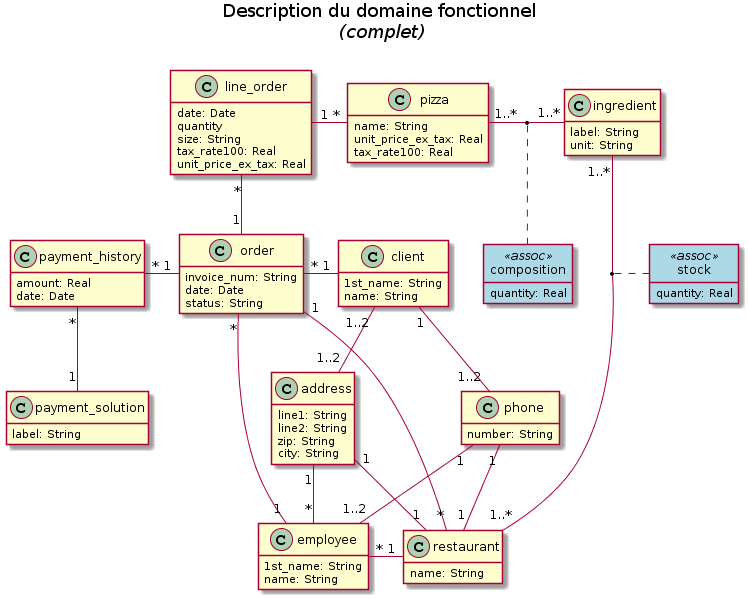
Earlier version of the PlantUML export functional_model.png (freezed/ocp6).
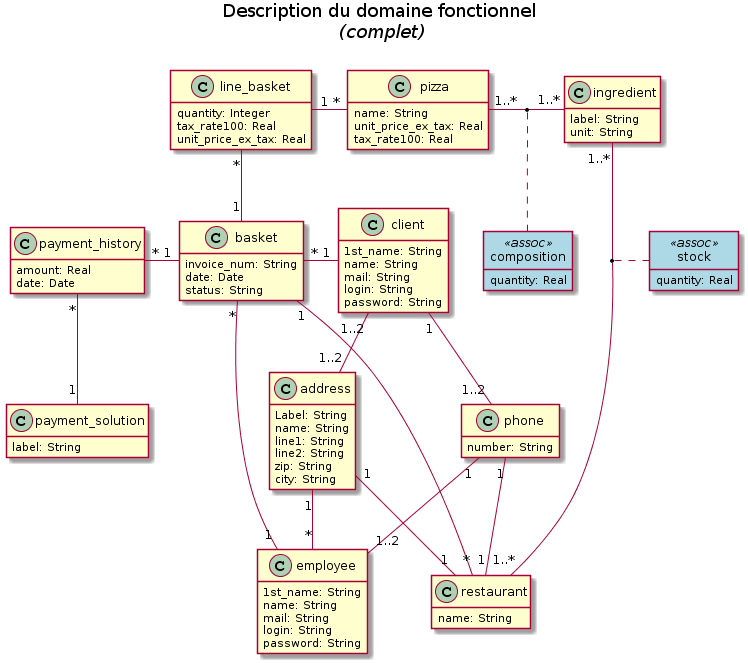
After the change.

Commit message:
Updates functionnal_model diagrams

The edit, as a diff of the source:
```diff
@@ -13,8 +13,8 @@
 class composition <<assoc>>
 class employee
 class ingredient
-class line_order
-class order
+class line_basket
+class basket
 class payment_history
 class payment_solution
 class phone
@@ -26,18 +26,19 @@
 address "1" -- "*" employee
 client "1" -- "1..2" phone
 client "1..2" -- "1..2" address
-employee "1" - "*" order
-employee "*" -right- "1" restaurant
-line_order "*" -- "1" order
-line_order "1" - "*" pizza
-order "*" - "1" client
-order "1" - "*" restaurant
-order "1" -left- "*" payment_history
+employee "1" - "*" basket
+line_basket "*" -- "1" basket
+line_basket "1" - "*" pizza
+basket "*" - "1" client
+basket "1" - "*" restaurant
+basket "1" -left- "*" payment_history
 payment_solution "1" -up- "*" payment_history
 phone "1" -- "1..2" employee
 phone "1" -- "1" restaurant
 
 class address {
+    Label: String
+    name: String
     line1: String
     line2: String
     zip: String
@@ -46,6 +47,9 @@
 class client {
     1st_name: String
     name: String
+    mail: String
+    login: String
+    password: String
 }
 class composition {
     quantity: Real
@@ -53,19 +57,20 @@
 class employee {
     1st_name: String
     name: String
+    mail: String
+    login: String
+    password: String
 }
 class ingredient {
     label: String
     unit: String
 }
-class line_order {
-    date: Date
-    quantity
-    size: String
+class line_basket {
+    quantity: Integer
     tax_rate100: Real
     unit_price_ex_tax: Real
 }
-class order {
+class basket {
     invoice_num: String
     date: Date
     status: String
```
